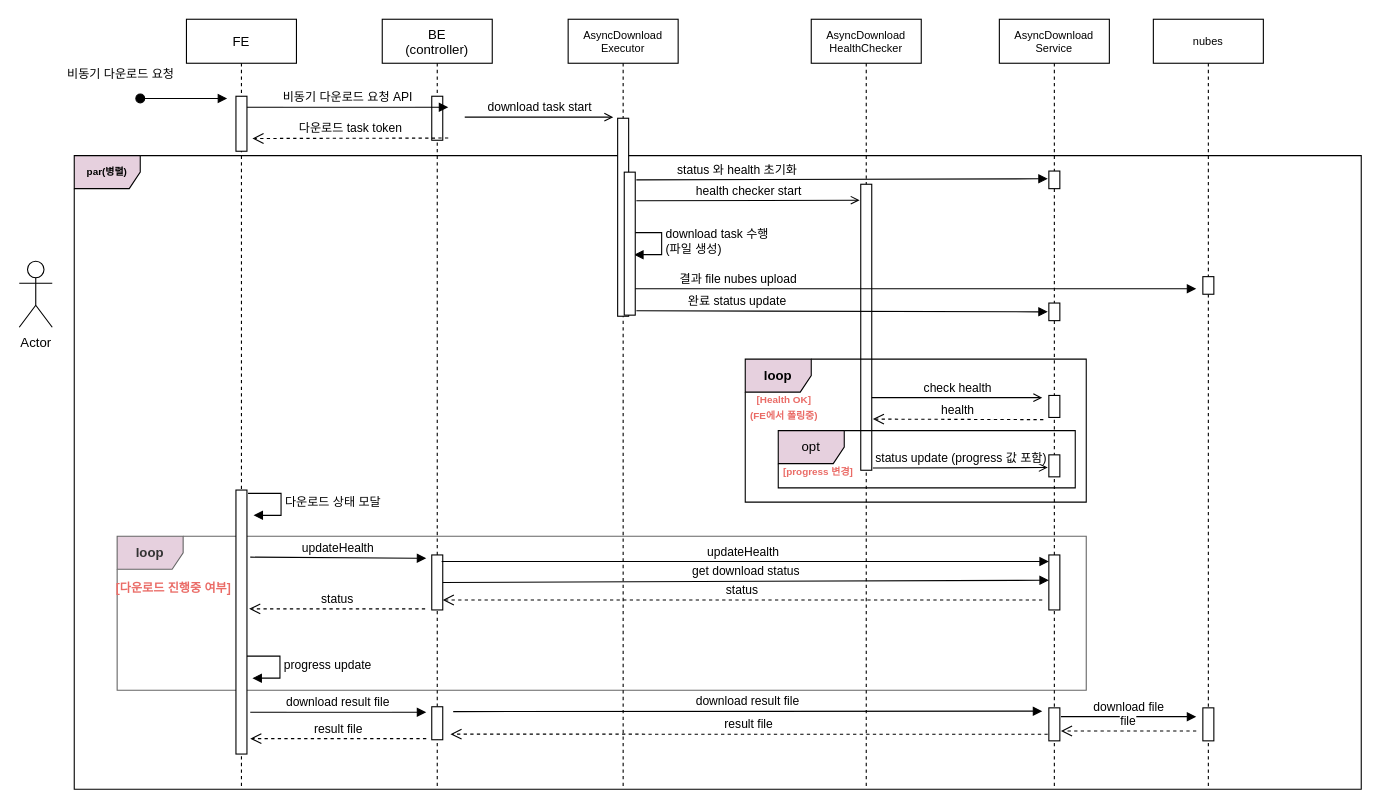
shani88/test keeps this draw.io diagram as 제목 없는 다이어그램.drawio. Above is the earlier version. Source tidied: cells renumbered, new cells numbered last; positions are measured from the earlier drawing's top-left corner, leaving out a move shared by most shapes. Both pictures are drawn from the tidied source at 110%, with x=0, y=0 at pixel (19, 19).
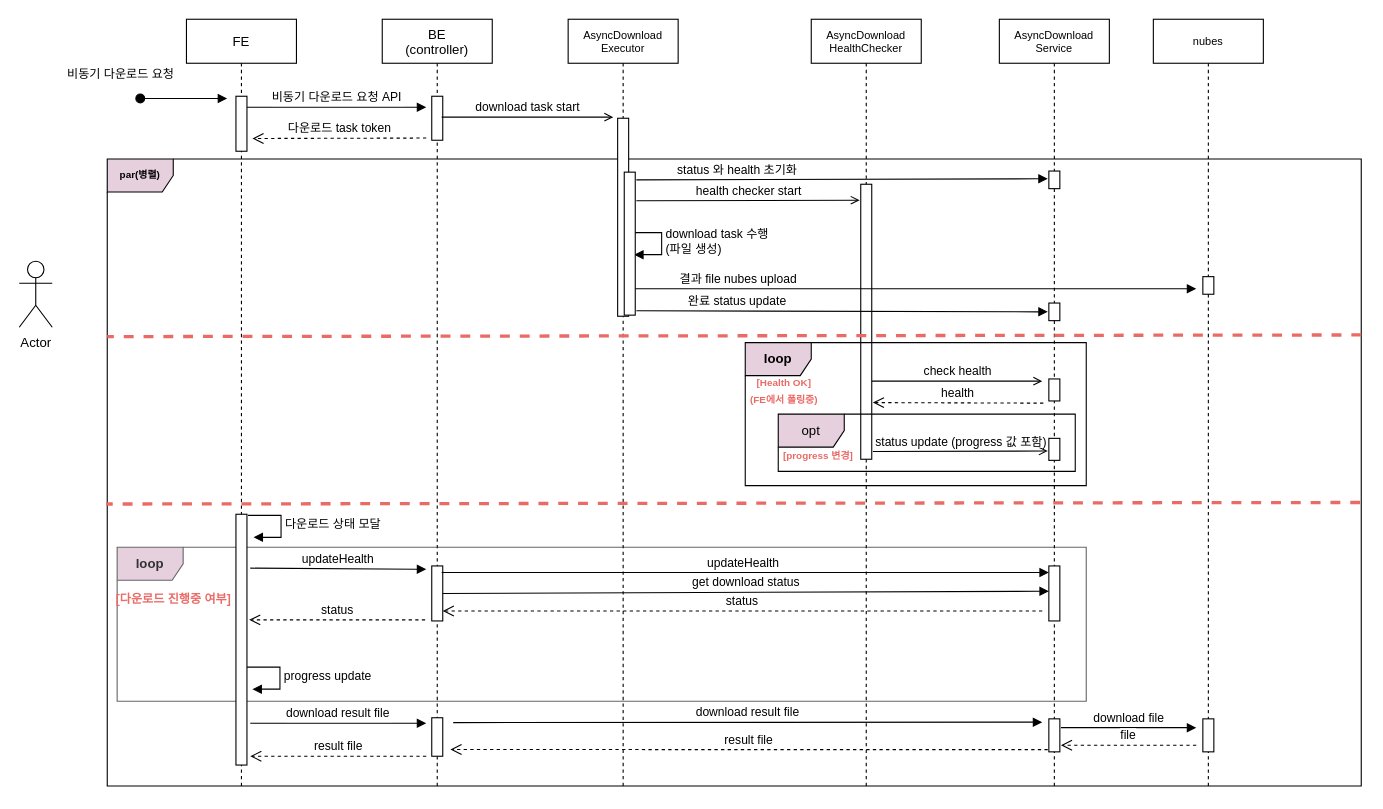
After the change.

Commit message (it also covers changes not shown here):
제목 없는 다이어그램.drawio 업데이트

The change refers to these unchanged cells:
```xml
<mxCell id="4" value="FE" style="shape=umlLifeline;perimeter=lifelinePerimeter;rounded=0;shadow=0;strokeWidth=1;" parent="1" vertex="1">
  <mxGeometry x="152" width="100" height="700" as="geometry" />
</mxCell>
<mxCell id="5" style="points=[];perimeter=orthogonalPerimeter;rounded=0;shadow=0;strokeWidth=1;" parent="4" vertex="1">
  <mxGeometry x="45" y="70" width="10" height="50" as="geometry" />
</mxCell>
<mxCell id="10" value="BE&#10;(controller)" style="shape=umlLifeline;perimeter=lifelinePerimeter;rounded=0;shadow=0;strokeWidth=1;" parent="1" vertex="1">
  <mxGeometry x="330" width="100" height="700" as="geometry" />
</mxCell>
<mxCell id="11" style="points=[];perimeter=orthogonalPerimeter;rounded=0;shadow=0;strokeWidth=1;" parent="10" vertex="1">
  <mxGeometry x="45" y="70" width="10" height="40" as="geometry" />
</mxCell>
<mxCell id="23" value="AsyncDownload&#10;HealthChecker" style="shape=umlLifeline;perimeter=lifelinePerimeter;rounded=0;shadow=0;strokeWidth=1;fontSize=10;" parent="1" vertex="1">
  <mxGeometry x="720" width="100" height="700" as="geometry" />
</mxCell>
<mxCell id="27" value="AsyncDownload&#10;Service" style="shape=umlLifeline;perimeter=lifelinePerimeter;rounded=0;shadow=0;strokeWidth=1;fontSize=10;" parent="1" vertex="1">
  <mxGeometry x="891" width="100" height="700" as="geometry" />
</mxCell>
<mxCell id="52" value="nubes" style="shape=umlLifeline;perimeter=lifelinePerimeter;rounded=0;shadow=0;strokeWidth=1;fontSize=10;" parent="1" vertex="1">
  <mxGeometry x="1031" width="100" height="700" as="geometry" />
</mxCell>
```

The edit, as a diff of the source:
```diff
@@
     <mxCell id="2" value="&lt;font color=&quot;#000000&quot;&gt;&lt;b&gt;par(병렬)&lt;/b&gt;&lt;/font&gt;" style="shape=umlFrame;whiteSpace=wrap;html=1;fontSize=9;fontColor=#EA6B66;fillColor=#E6D0DE;" parent="1" vertex="1">
-      <mxGeometry x="50" y="124" width="1170" height="576" as="geometry" />
+      <mxGeometry x="80" y="127" width="1140" height="570" as="geometry" />
     </mxCell>
     <mxCell id="3" value="&lt;b&gt;loop&lt;/b&gt;" style="shape=umlFrame;whiteSpace=wrap;html=1;fillColor=#E6D0DE;fontColor=#333333;strokeColor=#666666;" parent="1" vertex="1">
-      <mxGeometry x="89" y="470" width="881" height="140" as="geometry" />
+      <mxGeometry x="89" y="480" width="881" height="140" as="geometry" />
     </mxCell>
@@
     <mxCell id="7" style="html=1;perimeter=orthogonalPerimeter;" parent="4" vertex="1">
-      <mxGeometry x="45" y="428" width="10" height="240" as="geometry" />
+      <mxGeometry x="45" y="450" width="10" height="228" as="geometry" />
     </mxCell>
     <mxCell id="8" value="다운로드 상태 모달" style="edgeStyle=orthogonalEdgeStyle;html=1;align=left;spacingLeft=2;endArrow=block;rounded=0;entryX=1;entryY=0;" parent="4" edge="1">
       <mxGeometry relative="1" as="geometry">
-        <mxPoint x="56" y="431" as="sourcePoint" />
-        <mxPoint x="61" y="451" as="targetPoint" />
+        <mxPoint x="56" y="451" as="sourcePoint" />
+        <mxPoint x="61" y="471" as="targetPoint" />
         <Array as="points">
-          <mxPoint x="86" y="431" />
+          <mxPoint x="86" y="451" />
         </Array>
       </mxGeometry>
     </mxCell>
     <mxCell id="9" value="status" style="html=1;verticalAlign=bottom;endArrow=open;dashed=1;endSize=8;rounded=0;" parent="4" edge="1">
       <mxGeometry relative="1" as="geometry">
-        <mxPoint x="217" y="536" as="sourcePoint" />
-        <mxPoint x="57" y="536" as="targetPoint" />
+        <mxPoint x="217" y="546" as="sourcePoint" />
+        <mxPoint x="57" y="546" as="targetPoint" />
       </mxGeometry>
     </mxCell>
@@
     <mxCell id="12" style="points=[];perimeter=orthogonalPerimeter;rounded=0;shadow=0;strokeWidth=1;" parent="10" vertex="1">
-      <mxGeometry x="45" y="487" width="10" height="50" as="geometry" />
+      <mxGeometry x="45" y="497" width="10" height="50" as="geometry" />
     </mxCell>
     <mxCell id="13" style="perimeter=orthogonalPerimeter;rounded=0;shadow=0;strokeWidth=1;" parent="10" vertex="1">
-      <mxGeometry x="45" y="625" width="10" height="30" as="geometry" />
+      <mxGeometry x="45" y="635" width="10" height="35" as="geometry" />
     </mxCell>
     <mxCell id="14" value="download result file" style="verticalAlign=bottom;endArrow=block;shadow=0;strokeWidth=1;" parent="10" edge="1">
       <mxGeometry relative="1" as="geometry">
-        <mxPoint x="-120" y="630" as="sourcePoint" />
-        <mxPoint x="40" y="630" as="targetPoint" />
+        <mxPoint x="-120" y="640" as="sourcePoint" />
+        <mxPoint x="40" y="640" as="targetPoint" />
       </mxGeometry>
     </mxCell>
     <mxCell id="15" value="result file" style="html=1;verticalAlign=bottom;endArrow=open;dashed=1;endSize=8;rounded=0;" parent="10" edge="1">
       <mxGeometry relative="1" as="geometry">
-        <mxPoint x="40" y="654" as="sourcePoint" />
-        <mxPoint x="-120" y="654" as="targetPoint" />
+        <mxPoint x="40" y="670" as="sourcePoint" />
+        <mxPoint x="-120" y="670" as="targetPoint" />
       </mxGeometry>
     </mxCell>
     <mxCell id="16" value="비동기 다운로드 요청 API" style="verticalAlign=bottom;endArrow=block;shadow=0;strokeWidth=1;" parent="1" edge="1" source="5">
       <mxGeometry relative="1" as="geometry">
-        <mxPoint x="390" y="80" as="targetPoint" />
+        <mxPoint x="370" y="80" as="targetPoint" />
         <Array as="points">
           <mxPoint x="300" y="80" />
         </Array>
       </mxGeometry>
     </mxCell>
@@
     <mxCell id="24" value="status" style="html=1;verticalAlign=bottom;endArrow=open;dashed=1;endSize=8;rounded=0;" parent="23" edge="1" target="12">
       <mxGeometry relative="1" as="geometry">
-        <mxPoint x="210" y="528" as="sourcePoint" />
+        <mxPoint x="210" y="538" as="sourcePoint" />
       </mxGeometry>
     </mxCell>
     <mxCell id="25" style="perimeter=orthogonalPerimeter;rounded=0;shadow=0;strokeWidth=1;" parent="23" vertex="1">
-      <mxGeometry x="45" y="150" width="10" height="260" as="geometry" />
+      <mxGeometry x="45" y="150" width="10" height="250" as="geometry" />
     </mxCell>
@@
     <mxCell id="28" style="points=[];perimeter=orthogonalPerimeter;rounded=0;shadow=0;strokeWidth=1;" parent="27" vertex="1">
-      <mxGeometry x="45" y="487" width="10" height="50" as="geometry" />
+      <mxGeometry x="45" y="497" width="10" height="50" as="geometry" />
     </mxCell>
     <mxCell id="29" style="perimeter=orthogonalPerimeter;rounded=0;shadow=0;strokeWidth=1;" parent="27" vertex="1">
-      <mxGeometry x="45" y="626" width="10" height="30" as="geometry" />
+      <mxGeometry x="45" y="636" width="10" height="30" as="geometry" />
     </mxCell>
     <mxCell id="30" value="health" style="html=1;verticalAlign=bottom;endArrow=open;dashed=1;endSize=8;rounded=0;entryX=1.1;entryY=0.45;entryDx=0;entryDy=0;entryPerimeter=0;" parent="27" edge="1">
       <mxGeometry relative="1" as="geometry">
-        <mxPoint x="40" y="364" as="sourcePoint" />
-        <mxPoint x="-115" y="363.5" as="targetPoint" />
+        <mxPoint x="40" y="349" as="sourcePoint" />
+        <mxPoint x="-115" y="348.5" as="targetPoint" />
       </mxGeometry>
     </mxCell>
     <mxCell id="31" style="perimeter=orthogonalPerimeter;rounded=0;shadow=0;strokeWidth=1;" parent="27" vertex="1">
-      <mxGeometry x="45" y="342" width="10" height="20" as="geometry" />
+      <mxGeometry x="45" y="327" width="10" height="20" as="geometry" />
     </mxCell>
@@
-    <mxCell id="34" value="download task start" style="html=1;verticalAlign=bottom;labelBackgroundColor=none;endArrow=open;endFill=0;rounded=0;" parent="1" edge="1">
+    <mxCell id="34" value="download task start" style="html=1;verticalAlign=bottom;labelBackgroundColor=none;endArrow=open;endFill=0;rounded=0;exitX=0.9;exitY=0.475;exitDx=0;exitDy=0;exitPerimeter=0;" parent="1" edge="1" source="11">
       <mxGeometry relative="1" as="geometry">
-        <mxPoint x="405" y="89" as="sourcePoint" />
         <mxPoint x="540" y="89" as="targetPoint" />
       </mxGeometry>
     </mxCell>
     <mxCell id="35" value="updateHealth" style="verticalAlign=bottom;endArrow=block;shadow=0;strokeWidth=1;" parent="1" edge="1">
       <mxGeometry relative="1" as="geometry">
-        <mxPoint x="210" y="489" as="sourcePoint" />
-        <mxPoint x="370" y="490" as="targetPoint" />
+        <mxPoint x="210" y="499" as="sourcePoint" />
+        <mxPoint x="370" y="500" as="targetPoint" />
       </mxGeometry>
     </mxCell>
     <mxCell id="36" value="다운로드 task token" style="html=1;verticalAlign=bottom;endArrow=open;dashed=1;endSize=8;rounded=0;entryX=1.5;entryY=0.268;entryDx=0;entryDy=0;entryPerimeter=0;" parent="1" edge="1">
       <mxGeometry relative="1" as="geometry">
-        <mxPoint x="390" y="108" as="sourcePoint" />
+        <mxPoint x="370" y="108" as="sourcePoint" />
         <mxPoint x="212" y="108.4" as="targetPoint" />
       </mxGeometry>
     </mxCell>
@@
     <mxCell id="38" value="progress update" style="edgeStyle=orthogonalEdgeStyle;html=1;align=left;spacingLeft=2;endArrow=block;rounded=0;entryX=1;entryY=0;" parent="1" edge="1">
       <mxGeometry relative="1" as="geometry">
-        <mxPoint x="207" y="579" as="sourcePoint" />
-        <mxPoint x="212" y="599" as="targetPoint" />
+        <mxPoint x="207" y="589" as="sourcePoint" />
+        <mxPoint x="212" y="609" as="targetPoint" />
         <Array as="points">
-          <mxPoint x="237" y="579" />
+          <mxPoint x="237" y="589" />
         </Array>
       </mxGeometry>
     </mxCell>
     <mxCell id="39" value="&lt;span style=&quot;font-size: 11px;&quot;&gt;&lt;b&gt;&lt;font color=&quot;#ea6b66&quot;&gt;[다운로드 진행중 여부]&lt;/font&gt;&lt;/b&gt;&lt;/span&gt;" style="text;html=1;align=center;verticalAlign=middle;strokeColor=none;fillColor=none;" parent="1" vertex="1">
-      <mxGeometry x="80" y="502" width="120" height="30" as="geometry" />
+      <mxGeometry x="80" y="512" width="120" height="30" as="geometry" />
     </mxCell>
     <mxCell id="40" value="result file" style="html=1;verticalAlign=bottom;endArrow=open;dashed=1;endSize=8;rounded=0;exitX=-0.1;exitY=0.7;exitDx=0;exitDy=0;exitPerimeter=0;" parent="1" edge="1">
       <mxGeometry relative="1" as="geometry">
-        <mxPoint x="935" y="650" as="sourcePoint" />
-        <mxPoint x="392" y="649.9" as="targetPoint" />
+        <mxPoint x="935" y="664" as="sourcePoint" />
+        <mxPoint x="392" y="663.9" as="targetPoint" />
       </mxGeometry>
     </mxCell>
     <mxCell id="41" value="download result file" style="verticalAlign=bottom;endArrow=block;shadow=0;strokeWidth=1;" parent="1" edge="1">
       <mxGeometry relative="1" as="geometry">
-        <mxPoint x="394.5" y="629.4" as="sourcePoint" />
-        <mxPoint x="930" y="629" as="targetPoint" />
+        <mxPoint x="394.5" y="639.4" as="sourcePoint" />
+        <mxPoint x="930" y="639" as="targetPoint" />
       </mxGeometry>
     </mxCell>
@@
     <mxCell id="43" value="&lt;span style=&quot;background-color: rgb(255, 255, 255);&quot;&gt;check health&lt;/span&gt;" style="html=1;verticalAlign=bottom;labelBackgroundColor=none;endArrow=open;endFill=0;rounded=0;" parent="1" edge="1">
       <mxGeometry relative="1" as="geometry">
-        <mxPoint x="775" y="344" as="sourcePoint" />
-        <mxPoint x="930" y="344" as="targetPoint" />
+        <mxPoint x="775" y="329" as="sourcePoint" />
+        <mxPoint x="930" y="329" as="targetPoint" />
       </mxGeometry>
     </mxCell>
     <mxCell id="44" value="&lt;span style=&quot;background-color: rgb(255, 255, 255);&quot;&gt;status update (progress 값 포함)&lt;/span&gt;" style="html=1;verticalAlign=bottom;labelBackgroundColor=none;endArrow=open;endFill=0;rounded=0;entryX=-0.1;entryY=0.575;entryDx=0;entryDy=0;entryPerimeter=0;" parent="1" edge="1" target="46">
       <mxGeometry relative="1" as="geometry">
-        <mxPoint x="776" y="408" as="sourcePoint" />
+        <mxPoint x="776" y="393" as="sourcePoint" />
       </mxGeometry>
     </mxCell>
     <mxCell id="45" value="&lt;b style=&quot;&quot;&gt;&lt;font color=&quot;#ea6b66&quot; style=&quot;font-size: 9px;&quot;&gt;[progress 변경]&lt;/font&gt;&lt;/b&gt;" style="text;html=1;align=center;verticalAlign=middle;strokeColor=none;fillColor=none;" parent="1" vertex="1">
-      <mxGeometry x="681" y="396" width="90" height="30" as="geometry" />
+      <mxGeometry x="681" y="381" width="90" height="30" as="geometry" />
     </mxCell>
     <mxCell id="46" style="points=[];perimeter=orthogonalPerimeter;rounded=0;shadow=0;strokeWidth=1;" parent="1" vertex="1">
-      <mxGeometry x="936" y="396" width="10" height="20" as="geometry" />
+      <mxGeometry x="936" y="381" width="10" height="20" as="geometry" />
     </mxCell>
     <mxCell id="47" value="&lt;span style=&quot;font-size: 11px;&quot;&gt;&lt;b style=&quot;font-size: 9px;&quot;&gt;&lt;font style=&quot;font-size: 9px;&quot; color=&quot;#ea6b66&quot;&gt;[Health OK]&lt;br style=&quot;font-size: 9px;&quot;&gt;(FE에서 폴링중)&lt;br&gt;&lt;/font&gt;&lt;/b&gt;&lt;/span&gt;" style="text;html=1;align=center;verticalAlign=middle;strokeColor=none;fillColor=none;" parent="1" vertex="1">
-      <mxGeometry x="650" y="332" width="90" height="40" as="geometry" />
+      <mxGeometry x="650" y="317" width="90" height="40" as="geometry" />
     </mxCell>
     <mxCell id="48" value="opt" style="shape=umlFrame;whiteSpace=wrap;html=1;fillColor=#E6D0DE;" parent="1" vertex="1">
-      <mxGeometry x="690" y="374" width="270" height="52" as="geometry" />
+      <mxGeometry x="690" y="359" width="270" height="52" as="geometry" />
     </mxCell>
     <mxCell id="49" value="&lt;b&gt;loop&lt;/b&gt;" style="shape=umlFrame;whiteSpace=wrap;html=1;fillColor=#E6D0DE;" parent="1" vertex="1">
-      <mxGeometry x="660" y="309" width="310" height="130" as="geometry" />
+      <mxGeometry x="660" y="294" width="310" height="130" as="geometry" />
     </mxCell>
@@
     <mxCell id="53" style="perimeter=orthogonalPerimeter;rounded=0;shadow=0;strokeWidth=1;" parent="52" vertex="1">
-      <mxGeometry x="45" y="626" width="10" height="30" as="geometry" />
+      <mxGeometry x="45" y="636" width="10" height="30" as="geometry" />
     </mxCell>
@@
     <mxCell id="55" value="download file" style="verticalAlign=bottom;endArrow=block;shadow=0;strokeWidth=1;exitX=1.1;exitY=0.367;exitDx=0;exitDy=0;exitPerimeter=0;" parent="1" edge="1">
       <mxGeometry relative="1" as="geometry">
-        <mxPoint x="947" y="634" as="sourcePoint" />
-        <mxPoint x="1070" y="634" as="targetPoint" />
+        <mxPoint x="947" y="644" as="sourcePoint" />
+        <mxPoint x="1070" y="644" as="targetPoint" />
       </mxGeometry>
     </mxCell>
     <mxCell id="56" value="file" style="html=1;verticalAlign=bottom;endArrow=open;dashed=1;endSize=8;rounded=0;exitX=-0.2;exitY=0.6;exitDx=0;exitDy=0;exitPerimeter=0;" parent="1" edge="1">
       <mxGeometry relative="1" as="geometry">
-        <mxPoint x="1070" y="647" as="sourcePoint" />
-        <mxPoint x="947" y="647" as="targetPoint" />
+        <mxPoint x="1070" y="660" as="sourcePoint" />
+        <mxPoint x="947" y="660" as="targetPoint" />
       </mxGeometry>
     </mxCell>
@@
+    <mxCell id="58" style="endArrow=none;dashed=1;html=1;rounded=0;fontSize=9;fontColor=#000000;entryX=0;entryY=0.271;entryDx=0;entryDy=0;entryPerimeter=0;strokeColor=#EA6B66;strokeWidth=3;" parent="1" edge="1">
+      <mxGeometry relative="1" as="geometry">
+        <mxPoint x="1220" y="287" as="sourcePoint" />
+        <mxPoint x="80" y="288.5" as="targetPoint" />
+      </mxGeometry>
+    </mxCell>
+    <mxCell id="59" style="endArrow=none;dashed=1;html=1;rounded=0;fontSize=9;fontColor=#000000;entryX=0;entryY=0.271;entryDx=0;entryDy=0;entryPerimeter=0;strokeColor=#EA6B66;strokeWidth=3;" parent="1" edge="1">
+      <mxGeometry relative="1" as="geometry">
+        <mxPoint x="1219" y="439.3" as="sourcePoint" />
+        <mxPoint x="79" y="440.7" as="targetPoint" />
+      </mxGeometry>
+    </mxCell>
```
